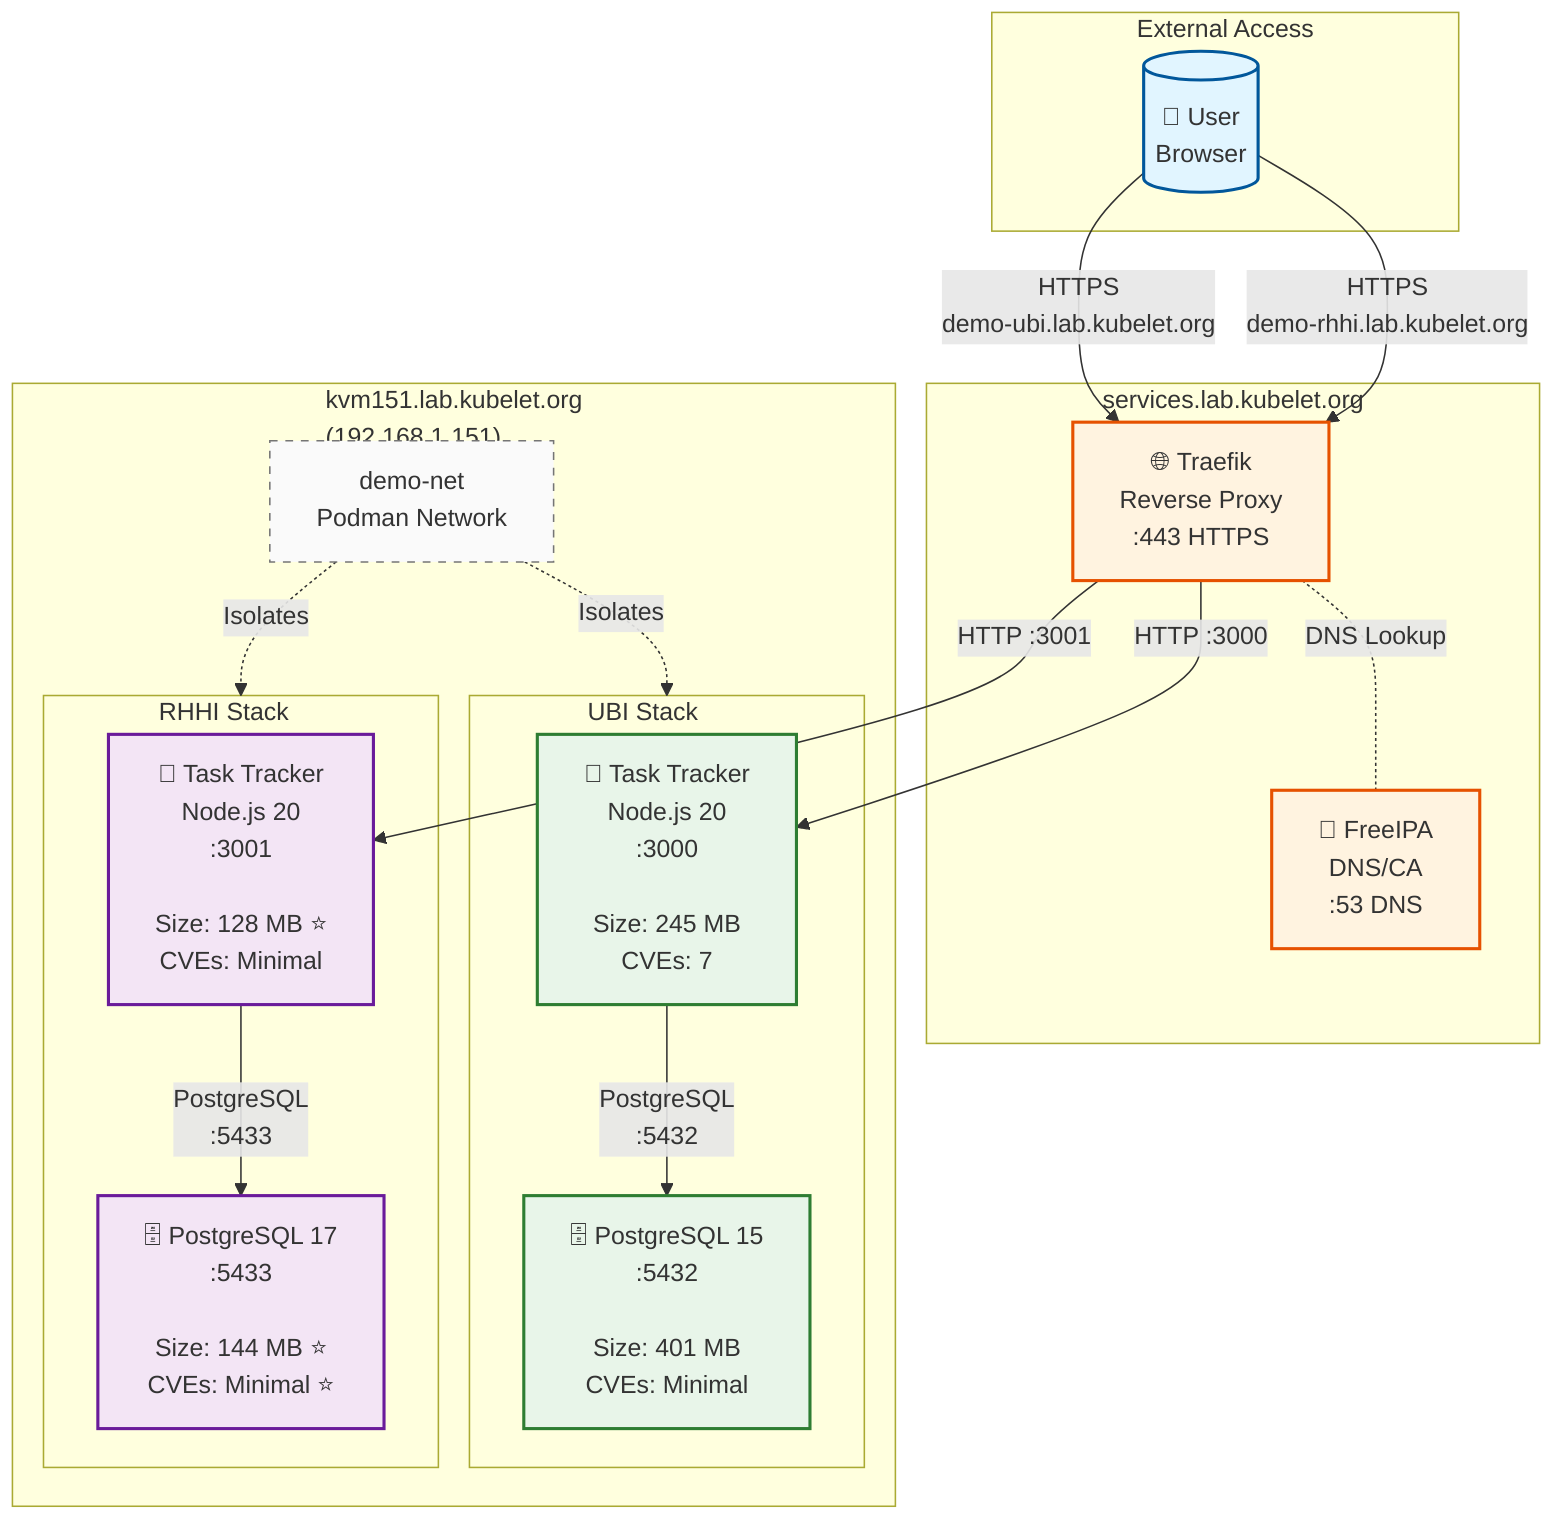
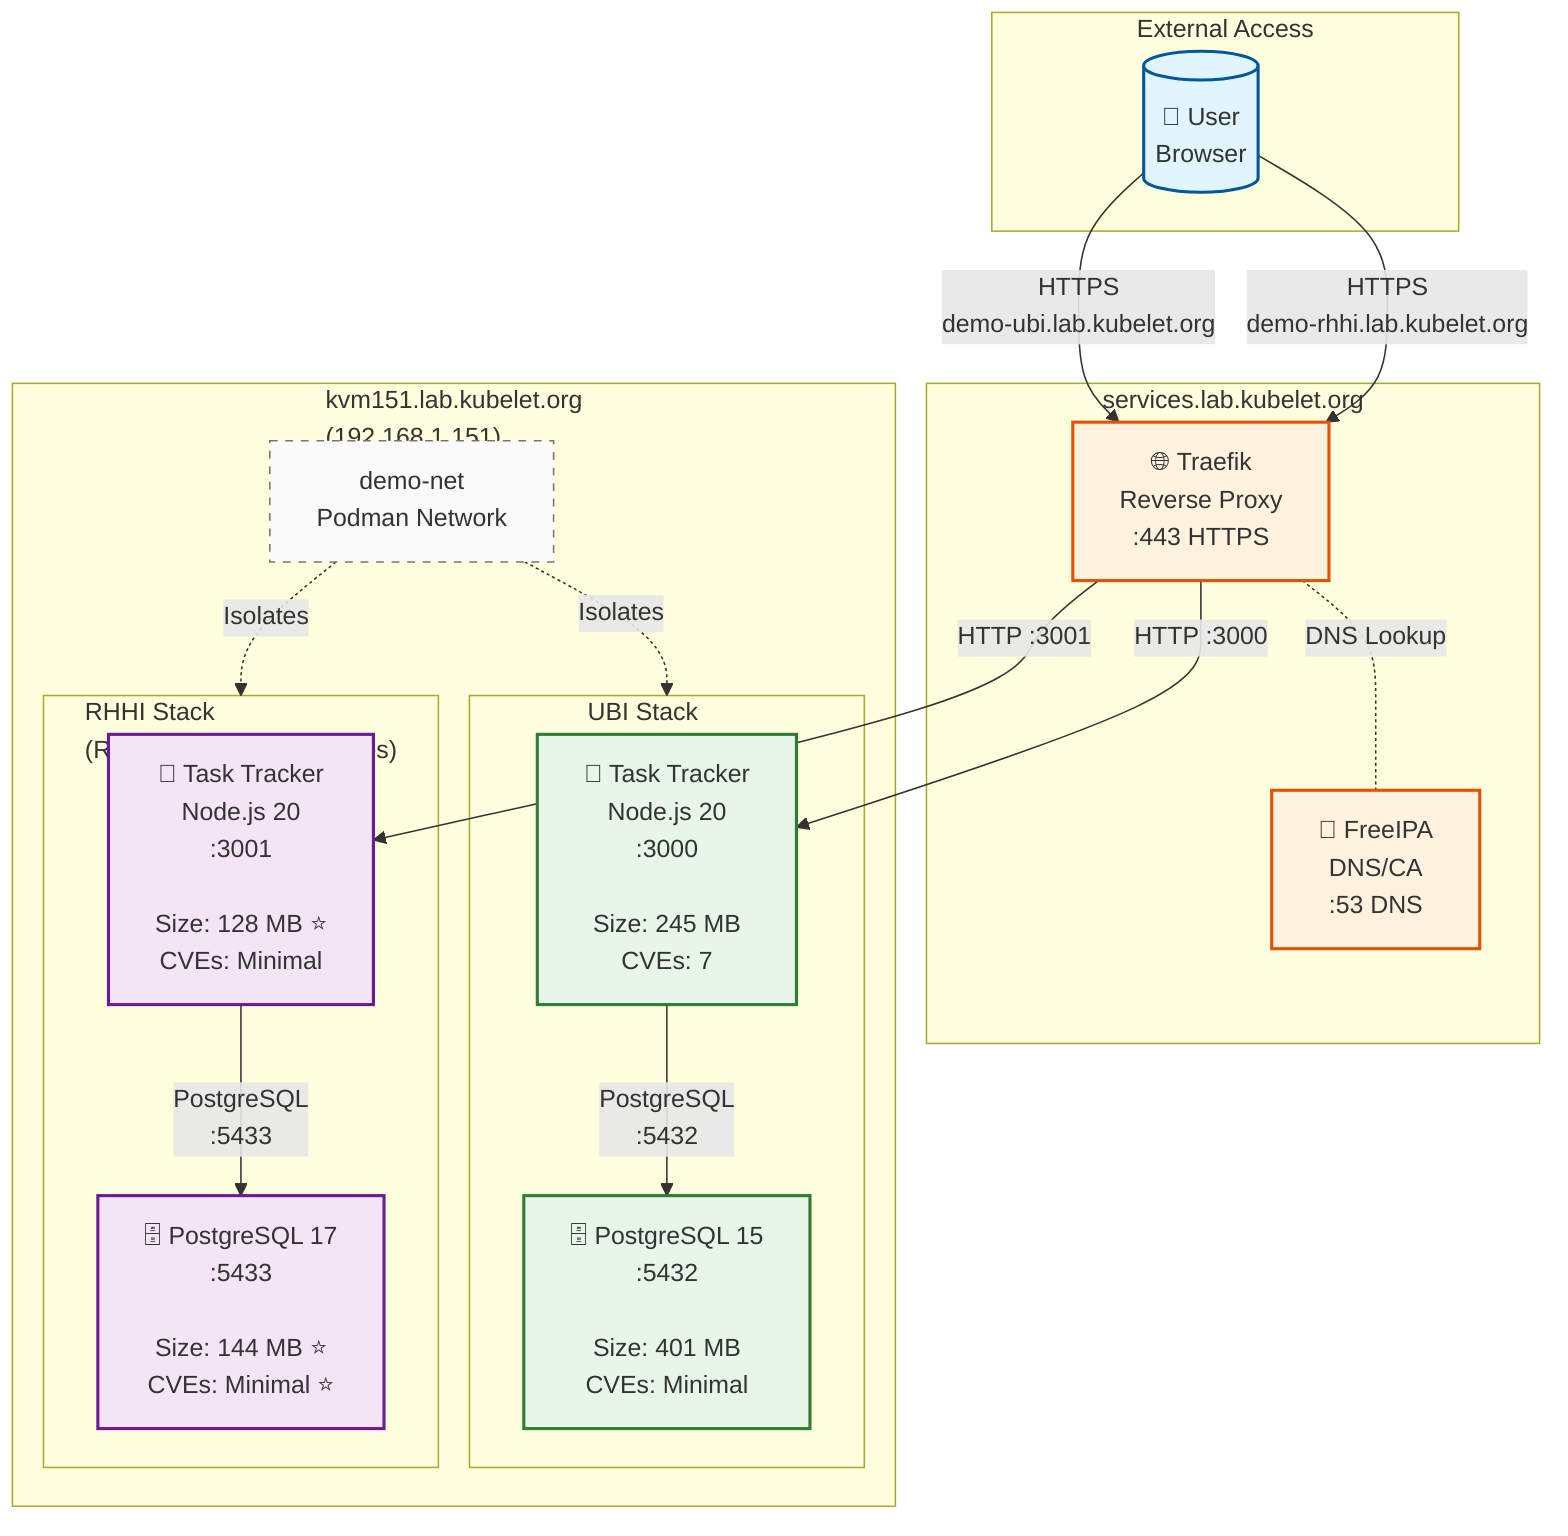
graph TB
    subgraph External["External Access"]
        User[("👤 User<br/>Browser")]
    end

    subgraph Services["services.lab.kubelet.org<br/>(192.168.1.150)"]
        Traefik["🌐 Traefik<br/>Reverse Proxy<br/>:443 HTTPS"]
        FreeIPA["🔐 FreeIPA<br/>DNS/CA<br/>:53 DNS"]
    end

    subgraph KVM151["kvm151.lab.kubelet.org<br/>(192.168.1.151)"]
        subgraph UBI["UBI Stack<br/>(RHEL-based)"]
            WebUBI["📱 Task Tracker<br/>Node.js 20<br/>:3000<br/><br/>Size: 245 MB<br/>CVEs: 7"]
            DBUBI["🗄️ PostgreSQL 15<br/>:5432<br/><br/>Size: 401 MB<br/>CVEs: Minimal"]
        end

-         subgraph RHHI["RHHI Stack<br/>(Hummingbird)"]
+         subgraph RHHI["RHHI Stack<br/>(Red Hat Hardened Images)"]
            WebRHHI["📱 Task Tracker<br/>Node.js 20<br/>:3001<br/><br/>Size: 128 MB ⭐<br/>CVEs: Minimal"]
            DBRHHI["🗄️ PostgreSQL 17<br/>:5433<br/><br/>Size: 144 MB ⭐<br/>CVEs: Minimal ⭐"]
        end

        Network["demo-net<br/>Podman Network"]
    end

    User -->|"HTTPS<br/>demo-ubi.lab.kubelet.org"| Traefik
    User -->|"HTTPS<br/>demo-rhhi.lab.kubelet.org"| Traefik
    Traefik -->|"HTTP :3000"| WebUBI
    Traefik -->|"HTTP :3001"| WebRHHI
    WebUBI -->|"PostgreSQL<br/>:5432"| DBUBI
    WebRHHI -->|"PostgreSQL<br/>:5433"| DBRHHI
    Traefik -.-|"DNS Lookup"| FreeIPA

    Network -.->|"Isolates"| UBI
    Network -.->|"Isolates"| RHHI

    classDef external fill:#e1f5ff,stroke:#01579b,stroke-width:2px
    classDef infra fill:#fff3e0,stroke:#e65100,stroke-width:2px
    classDef ubi fill:#e8f5e9,stroke:#2e7d32,stroke-width:2px
    classDef rhhi fill:#f3e5f5,stroke:#6a1b9a,stroke-width:2px
    classDef network fill:#fafafa,stroke:#757575,stroke-width:1px,stroke-dasharray: 5 5

    class User external
    class Traefik,FreeIPA infra
    class WebUBI,DBUBI ubi
    class WebRHHI,DBRHHI rhhi
    class Network network
